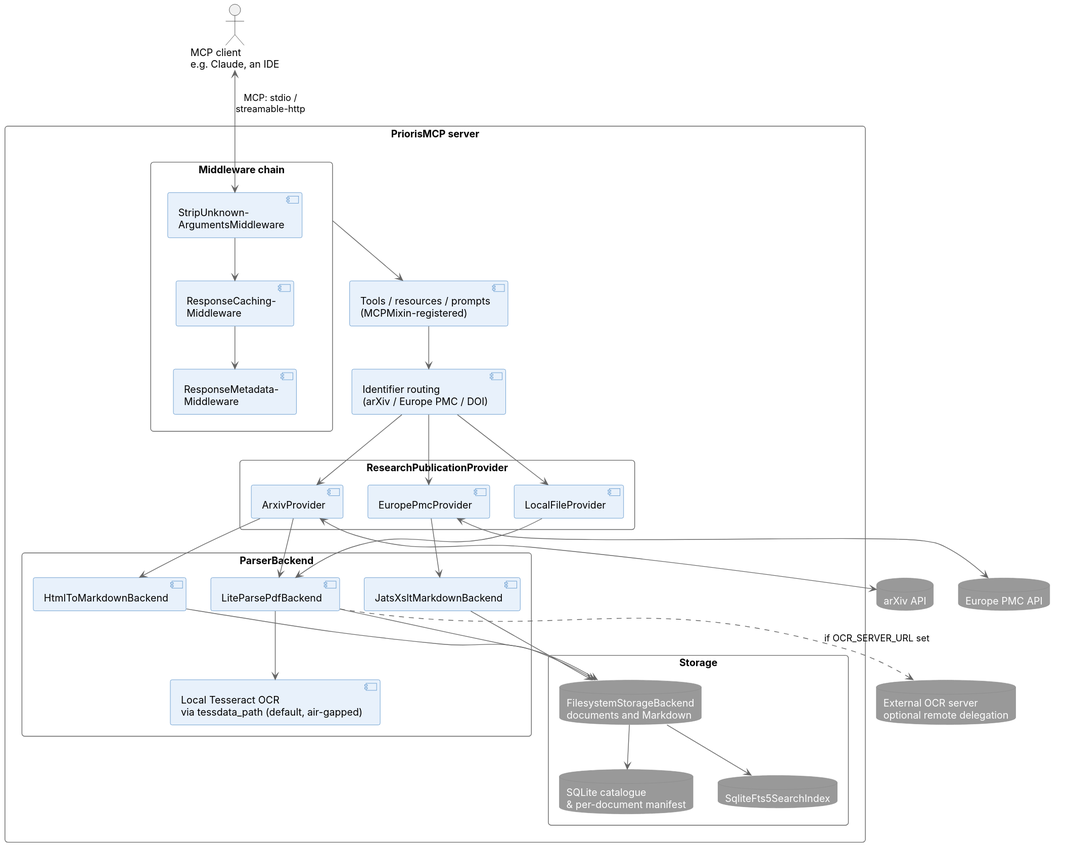
This is docs/images/system-architecture-overview-detailed.svg from anirbanbasu/prioris-mcp, a PlantUML export, as it was before one commit. The source it was exported from:
```plantuml
@startuml
skinparam defaultFontName "Inter"
skinparam backgroundColor white
skinparam rectangle {
    RoundCorner 8
    BackgroundColor White
    BorderColor #666666
}
skinparam component {
    BackgroundColor #E8F1FB
    BorderColor #3C7FC0
}
skinparam database {
    BackgroundColor #999999
    BorderColor #8A8A8A
    FontColor White
}
skinparam arrow {
    Color #666666
}

actor "MCP client\ne.g. Claude, an IDE" as Client

rectangle "PriorisMCP server" as PriorisMCP {
    rectangle "Middleware chain" as MW {
        component "StripUnknown-\nArgumentsMiddleware" as MW1
        component "ResponseCaching-\nMiddleware" as MW2
        component "ResponseMetadata-\nMiddleware" as MW3
        MW1 --> MW2
        MW2 --> MW3
    }

    component "Tools / resources / prompts\n(MCPMixin-registered)" as Core
    component "Identifier routing\n(arXiv / Europe PMC / DOI)" as Router

    rectangle "ResearchPublicationProvider" as Providers {
        component "ArxivProvider" as Arxiv
        component "EuropePmcProvider" as EuropePmc
        component "LocalFileProvider" as LocalFile
    }

    rectangle "ParserBackend" as Parsers {
        component "LiteParsePdfBackend" as Pdf
        component "HtmlToMarkdownBackend" as Html
        component "JatsXsltMarkdownBackend" as Jats
        component "Local Tesseract OCR\nvia tessdata_path (default, air-gapped)" as Tesseract
    }

    rectangle "Storage" as Storage {
        database "FilesystemStorageBackend\ndocuments and Markdown" as FS
        database "SQLite catalogue\n& per-document manifest" as Catalogue
        database "SqliteFts5SearchIndex" as Search
    }

    MW --> Core
    Core --> Router
    Router --> Arxiv
    Router --> EuropePmc
    Router --> LocalFile
    Arxiv --> Pdf
    Arxiv --> Html
    EuropePmc --> Jats
    LocalFile --> Pdf
    Pdf --> Tesseract
    Pdf --> FS
    Html --> FS
    Jats --> FS
    FS --> Catalogue
    FS --> Search
}

database "arXiv API" as ArxivApi
database "Europe PMC API" as EuropePmcApi
database "External OCR server\noptional remote delegation" as OcrServer

Client <--> MW1 : MCP: stdio /\nstreamable-http
Arxiv <--> ArxivApi
EuropePmc <--> EuropePmcApi
Pdf ..> OcrServer : if OCR_SERVER_URL set
@enduml
```
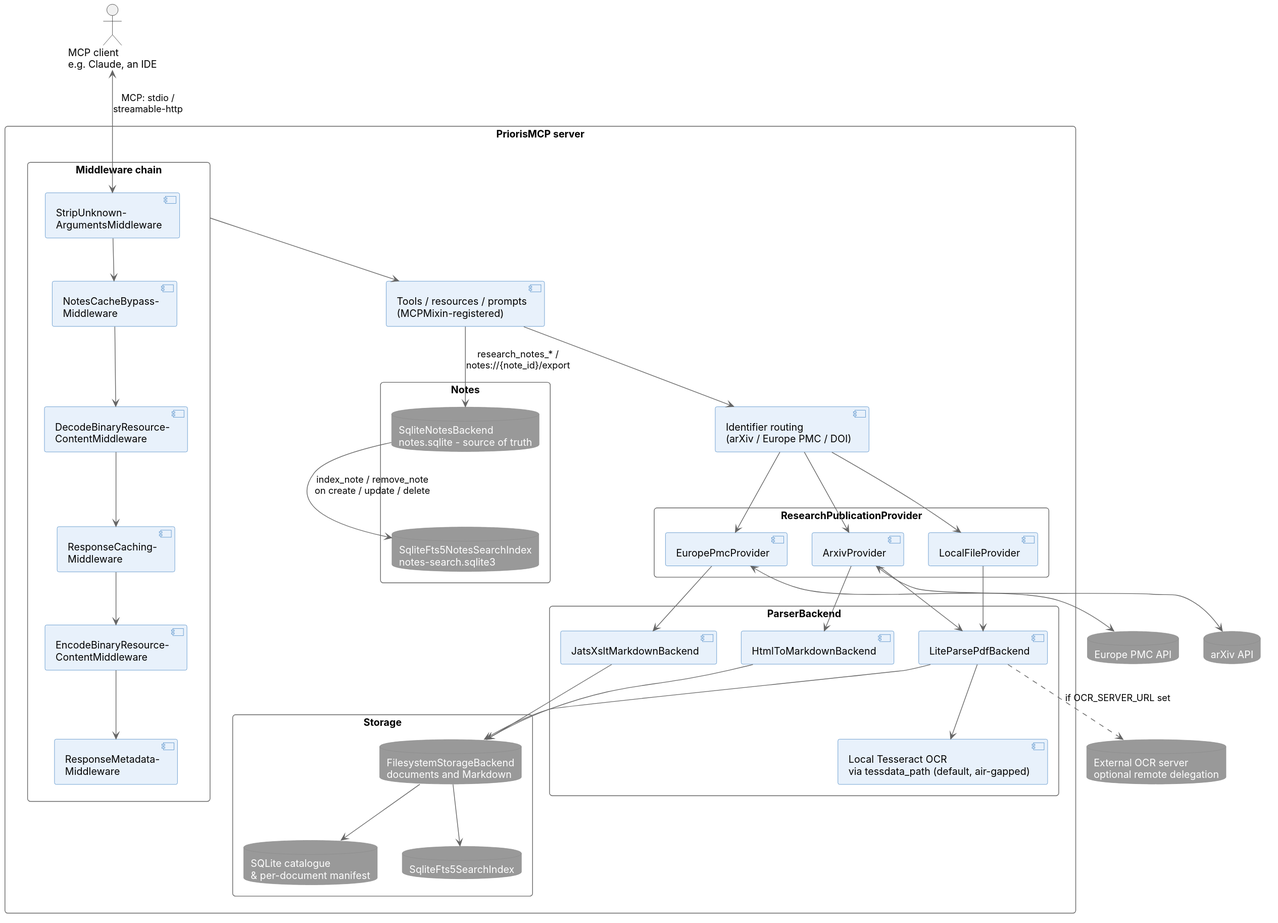
The same file after the commit.

What changed in the source:
```diff
@@ -24,10 +24,16 @@
 rectangle "PriorisMCP server" as PriorisMCP {
     rectangle "Middleware chain" as MW {
         component "StripUnknown-\nArgumentsMiddleware" as MW1
-        component "ResponseCaching-\nMiddleware" as MW2
-        component "ResponseMetadata-\nMiddleware" as MW3
+        component "NotesCacheBypass-\nMiddleware" as MW2
+        component "DecodeBinaryResource-\nContentMiddleware" as MW3
+        component "ResponseCaching-\nMiddleware" as MW4
+        component "EncodeBinaryResource-\nContentMiddleware" as MW5
+        component "ResponseMetadata-\nMiddleware" as MW6
         MW1 --> MW2
         MW2 --> MW3
+        MW3 --> MW4
+        MW4 --> MW5
+        MW5 --> MW6
     }
 
     component "Tools / resources / prompts\n(MCPMixin-registered)" as Core
@@ -52,8 +58,14 @@
         database "SqliteFts5SearchIndex" as Search
     }
 
+    rectangle "Notes" as Notes {
+        database "SqliteNotesBackend\nnotes.sqlite - source of truth" as NotesDb
+        database "SqliteFts5NotesSearchIndex\nnotes-search.sqlite3" as NotesSearch
+    }
+
     MW --> Core
     Core --> Router
+    Core --> NotesDb : research_notes_* /\nnotes://{note_id}/export
     Router --> Arxiv
     Router --> EuropePmc
     Router --> LocalFile
@@ -67,6 +79,7 @@
     Jats --> FS
     FS --> Catalogue
     FS --> Search
+    NotesDb --> NotesSearch : index_note / remove_note\non create / update / delete
 }
 
 database "arXiv API" as ArxivApi
```
